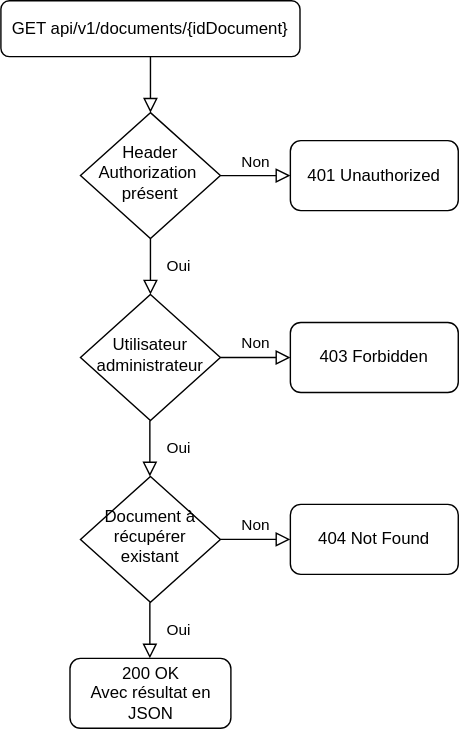
Before: documentation/diagram/drawio/flowchartGetOneDocument.svg, a diagram exported from draw.io (jonathanboreljaquet/bj-travail-diplome-2021). Source tidied: cells renumbered, new cells last; positions are measured from the earlier drawing's top-left corner, leaving out a move shared by most shapes. Its diagram source:
```xml
<mxGraphModel>
  <root>
    <mxCell id="0" />
    <mxCell id="1" parent="0" />
    <mxCell id="2" style="rounded=0;html=1;jettySize=auto;fontSize=11;endArrow=block;endFill=0;endSize=8;strokeWidth=1;shadow=0;labelBackgroundColor=none;edgeStyle=orthogonalEdgeStyle;" parent="1" edge="1" source="3" target="6">
      <mxGeometry relative="1" as="geometry" />
    </mxCell>
    <mxCell id="3" value="GET api/v1/documents/{idDocument}" style="rounded=1;whiteSpace=wrap;html=1;fontSize=12;glass=0;strokeWidth=1;shadow=0;" parent="1" vertex="1">
      <mxGeometry x="0.1" width="213.8" height="40" as="geometry" />
    </mxCell>
    <mxCell id="4" value="Oui" style="rounded=0;html=1;jettySize=auto;fontSize=11;endArrow=block;endFill=0;endSize=8;strokeWidth=1;shadow=0;labelBackgroundColor=none;edgeStyle=orthogonalEdgeStyle;" parent="1" edge="1" source="6" target="8">
      <mxGeometry y="20" relative="1" as="geometry" />
    </mxCell>
    <mxCell id="5" value="Non" style="edgeStyle=orthogonalEdgeStyle;rounded=0;html=1;jettySize=auto;fontSize=11;endArrow=block;endFill=0;endSize=8;strokeWidth=1;shadow=0;labelBackgroundColor=none;" parent="1" edge="1" source="6" target="7">
      <mxGeometry y="10" relative="1" as="geometry" />
    </mxCell>
    <mxCell id="6" value="Header Authorization&amp;nbsp;&lt;br&gt;présent" style="rhombus;whiteSpace=wrap;html=1;shadow=0;fontFamily=Helvetica;fontSize=12;align=center;strokeWidth=1;spacing=6;spacingTop=-4;" parent="1" vertex="1">
      <mxGeometry x="57" y="80" width="100" height="90" as="geometry" />
    </mxCell>
    <mxCell id="7" value="401 Unauthorized" style="rounded=1;whiteSpace=wrap;html=1;fontSize=12;glass=0;strokeWidth=1;shadow=0;" parent="1" vertex="1">
      <mxGeometry x="207" y="100" width="120" height="50" as="geometry" />
    </mxCell>
    <mxCell id="8" value="Utilisateur administrateur" style="rhombus;whiteSpace=wrap;html=1;shadow=0;fontFamily=Helvetica;fontSize=12;align=center;strokeWidth=1;spacing=6;spacingTop=-4;" parent="1" vertex="1">
      <mxGeometry x="57" y="210" width="100" height="90" as="geometry" />
    </mxCell>
    <mxCell id="9" value="Oui" style="rounded=0;html=1;jettySize=auto;orthogonalLoop=1;fontSize=11;endArrow=block;endFill=0;endSize=8;strokeWidth=1;shadow=0;labelBackgroundColor=none;edgeStyle=orthogonalEdgeStyle;" parent="1" edge="1">
      <mxGeometry y="20" relative="1" as="geometry">
        <mxPoint x="106.6" y="300" as="sourcePoint" />
        <mxPoint x="106.6" y="340" as="targetPoint" />
      </mxGeometry>
    </mxCell>
    <mxCell id="10" value="200 OK&lt;br&gt;Avec résultat en JSON" style="rounded=1;whiteSpace=wrap;html=1;fontSize=12;glass=0;strokeWidth=1;shadow=0;" parent="1" vertex="1">
      <mxGeometry x="49.5" y="470" width="115" height="50" as="geometry" />
    </mxCell>
    <mxCell id="11" value="Non" style="edgeStyle=orthogonalEdgeStyle;rounded=0;html=1;jettySize=auto;fontSize=11;endArrow=block;endFill=0;endSize=8;strokeWidth=1;shadow=0;labelBackgroundColor=none;" parent="1" edge="1" target="12">
      <mxGeometry y="10" relative="1" as="geometry">
        <mxPoint x="157" y="255" as="sourcePoint" />
      </mxGeometry>
    </mxCell>
    <mxCell id="12" value="403 Forbidden" style="rounded=1;whiteSpace=wrap;html=1;fontSize=12;glass=0;strokeWidth=1;shadow=0;" parent="1" vertex="1">
      <mxGeometry x="207" y="230" width="120" height="50" as="geometry" />
    </mxCell>
    <mxCell id="13" value="Document à récupérer&lt;br&gt;existant" style="rhombus;whiteSpace=wrap;html=1;shadow=0;fontFamily=Helvetica;fontSize=12;align=center;strokeWidth=1;spacing=6;spacingTop=-4;" parent="1" vertex="1">
      <mxGeometry x="57" y="340" width="100" height="90" as="geometry" />
    </mxCell>
    <mxCell id="14" value="Non" style="edgeStyle=orthogonalEdgeStyle;rounded=0;html=1;jettySize=auto;fontSize=11;endArrow=block;endFill=0;endSize=8;strokeWidth=1;shadow=0;labelBackgroundColor=none;" parent="1" edge="1" target="15">
      <mxGeometry y="10" relative="1" as="geometry">
        <mxPoint x="157" y="385" as="sourcePoint" />
      </mxGeometry>
    </mxCell>
    <mxCell id="15" value="404 Not Found" style="rounded=1;whiteSpace=wrap;html=1;fontSize=12;glass=0;strokeWidth=1;shadow=0;" parent="1" vertex="1">
      <mxGeometry x="207" y="360" width="120" height="50" as="geometry" />
    </mxCell>
    <mxCell id="16" value="Oui" style="rounded=0;html=1;jettySize=auto;orthogonalLoop=1;fontSize=11;endArrow=block;endFill=0;endSize=8;strokeWidth=1;shadow=0;labelBackgroundColor=none;edgeStyle=orthogonalEdgeStyle;" parent="1" edge="1">
      <mxGeometry y="20" relative="1" as="geometry">
        <mxPoint x="106.6" y="430" as="sourcePoint" />
        <mxPoint x="106.6" y="470" as="targetPoint" />
      </mxGeometry>
    </mxCell>
  </root>
</mxGraphModel>
```
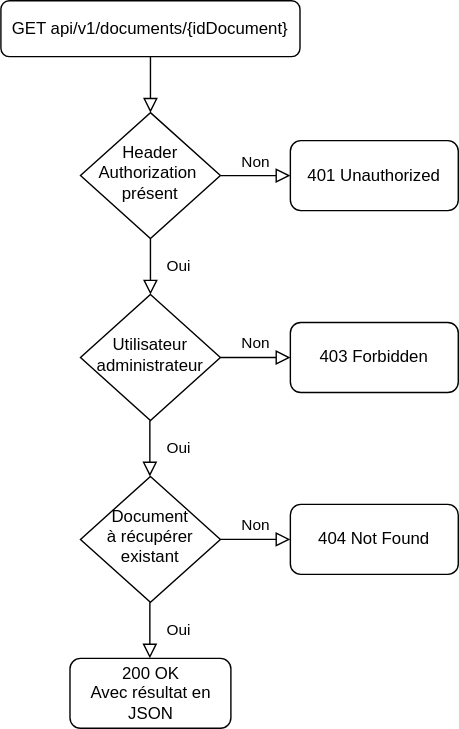
After the commit.

What changed in the source:
```diff
@@ -40,7 +40,7 @@
     <mxCell id="12" value="403 Forbidden" style="rounded=1;whiteSpace=wrap;html=1;fontSize=12;glass=0;strokeWidth=1;shadow=0;" parent="1" vertex="1">
       <mxGeometry x="207" y="230" width="120" height="50" as="geometry" />
     </mxCell>
-    <mxCell id="13" value="Document à récupérer&lt;br&gt;existant" style="rhombus;whiteSpace=wrap;html=1;shadow=0;fontFamily=Helvetica;fontSize=12;align=center;strokeWidth=1;spacing=6;spacingTop=-4;" parent="1" vertex="1">
+    <mxCell id="13" value="Document &lt;br&gt;à récupérer&lt;br&gt;existant" style="rhombus;whiteSpace=wrap;html=1;shadow=0;fontFamily=Helvetica;fontSize=12;align=center;strokeWidth=1;spacing=6;spacingTop=-4;" parent="1" vertex="1">
       <mxGeometry x="57" y="340" width="100" height="90" as="geometry" />
     </mxCell>
     <mxCell id="14" value="Non" style="edgeStyle=orthogonalEdgeStyle;rounded=0;html=1;jettySize=auto;fontSize=11;endArrow=block;endFill=0;endSize=8;strokeWidth=1;shadow=0;labelBackgroundColor=none;" parent="1" edge="1" target="15">
```
